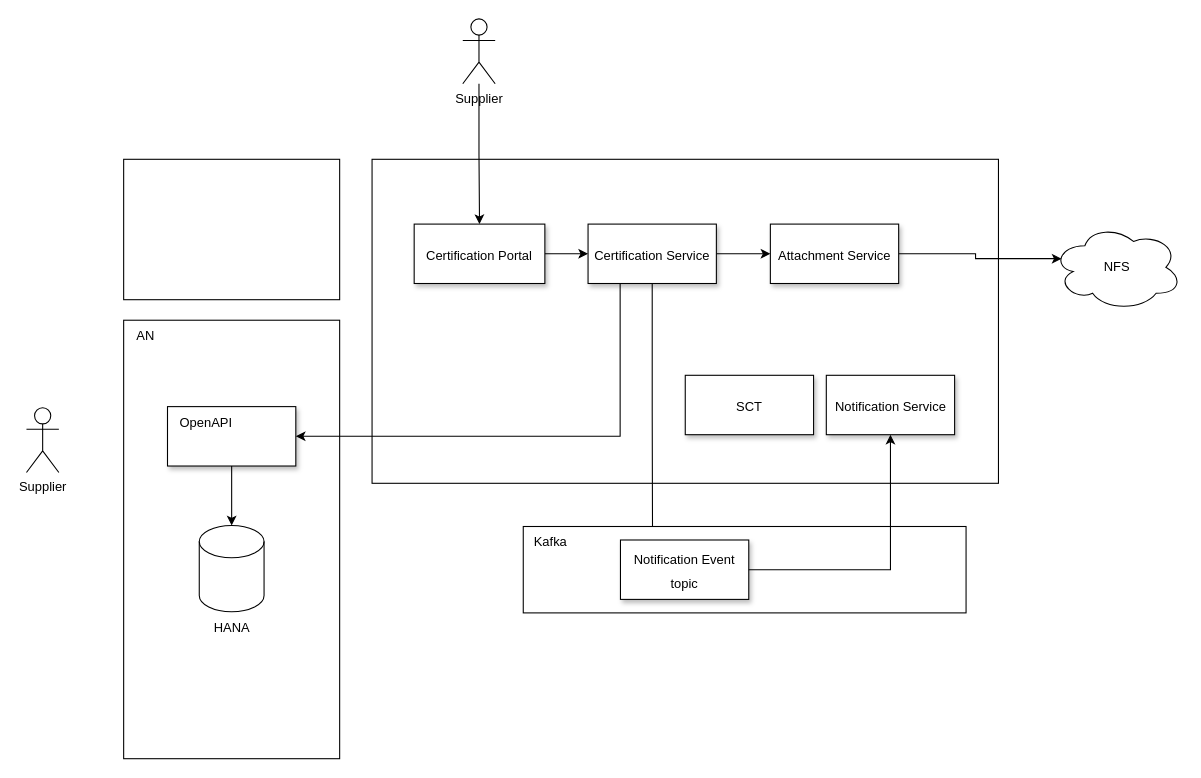
Before: certification_service_block.drawio in huangshijie/Drawio, a draw.io diagram. Source tidied: cells renumbered, new cells numbered last; positions are measured from the earlier drawing's top-left corner, leaving out a move shared by most shapes. Both pictures are drawn from the tidied source at 108%, with x=0, y=0 at pixel (26, 18).
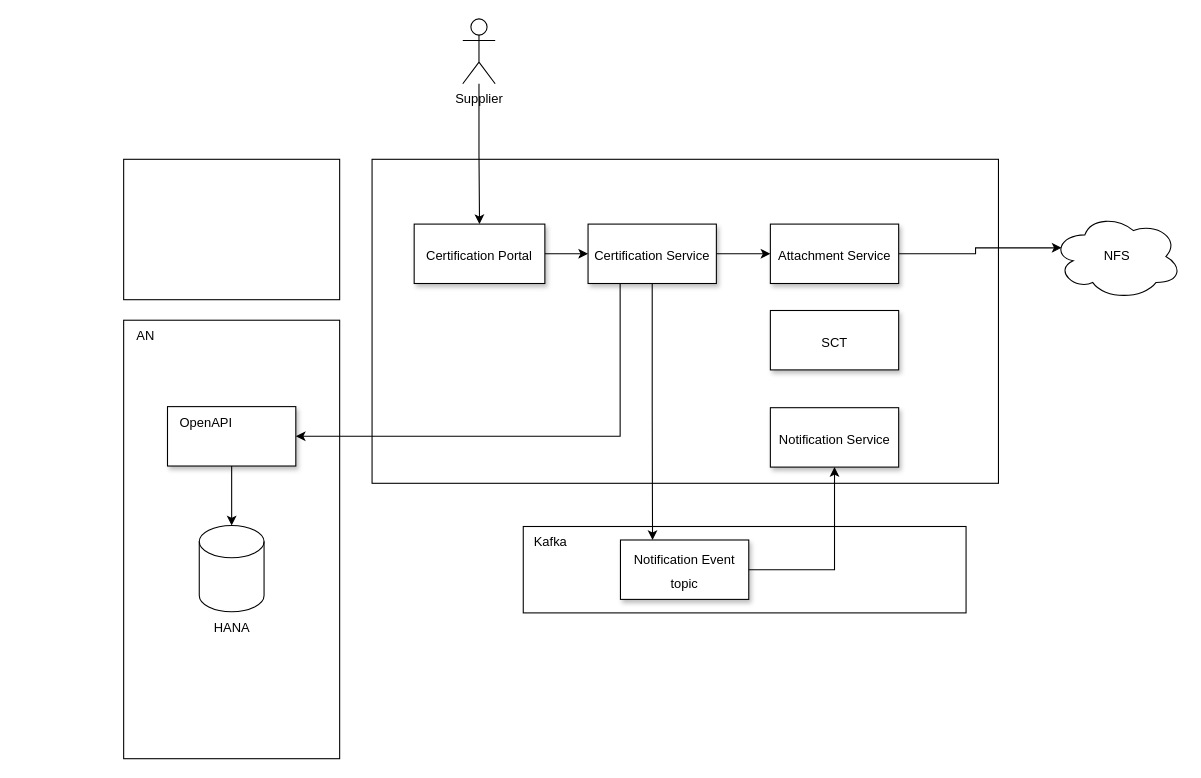
After the change.

Unchanged cells that the change refers to:
```xml
<mxCell id="10" value="&lt;span style=&quot;font-size: 12px;&quot;&gt;Certification Service&lt;/span&gt;" style="whiteSpace=wrap;html=1;shadow=1;fontSize=18;" parent="1" vertex="1">
  <mxGeometry x="520" y="190" width="118.8" height="55" as="geometry" />
</mxCell>
<mxCell id="31" value="&lt;span style=&quot;font-size: 12px;&quot;&gt;Notification Event topic&lt;/span&gt;" style="whiteSpace=wrap;html=1;shadow=1;fontSize=18;" parent="28" vertex="1">
  <mxGeometry x="90" y="12.5" width="118.8" height="55" as="geometry" />
</mxCell>
```

The edit, as a diff of the source:
```diff
@@
     <mxCell id="5" value="NFS" style="ellipse;shape=cloud;whiteSpace=wrap;html=1;" parent="1" vertex="1">
-      <mxGeometry x="950" y="190" width="120" height="80" as="geometry" />
+      <mxGeometry x="950" y="180" width="120" height="80" as="geometry" />
     </mxCell>
@@
-    <mxCell id="9" style="edgeStyle=orthogonalEdgeStyle;rounded=0;jettySize=auto;html=1;entryX=0.25;entryY=0;entryDx=0;entryDy=0;" parent="1" edge="1" source="10" target="31">
-      <mxGeometry relative="1" as="geometry" />
-    </mxCell>
@@
     <mxCell id="11" value="&lt;span style=&quot;font-size: 12px;&quot;&gt;Notification Service&lt;/span&gt;" style="whiteSpace=wrap;html=1;shadow=1;fontSize=18;" parent="1" vertex="1">
-      <mxGeometry x="740.6" y="330" width="118.8" height="55" as="geometry" />
+      <mxGeometry x="688.8" y="360" width="118.8" height="55" as="geometry" />
     </mxCell>
     <mxCell id="12" value="&lt;span style=&quot;font-size: 12px;&quot;&gt;SCT&lt;/span&gt;" style="whiteSpace=wrap;html=1;shadow=1;fontSize=18;" parent="1" vertex="1">
-      <mxGeometry x="610" y="330" width="118.8" height="55" as="geometry" />
+      <mxGeometry x="688.8" y="270" width="118.8" height="55" as="geometry" />
     </mxCell>
@@
-    <mxCell id="16" value="Supplier" style="shape=umlActor;verticalLabelPosition=bottom;verticalAlign=top;html=1;" parent="1" vertex="1">
-      <mxGeometry y="360" width="30" height="60" as="geometry" />
-    </mxCell>
@@
+    <mxCell id="9" style="edgeStyle=orthogonalEdgeStyle;rounded=0;jettySize=auto;html=1;entryX=0.25;entryY=0;entryDx=0;entryDy=0;" parent="1" edge="1" source="10" target="31">
+      <mxGeometry relative="1" as="geometry" />
+    </mxCell>
```
